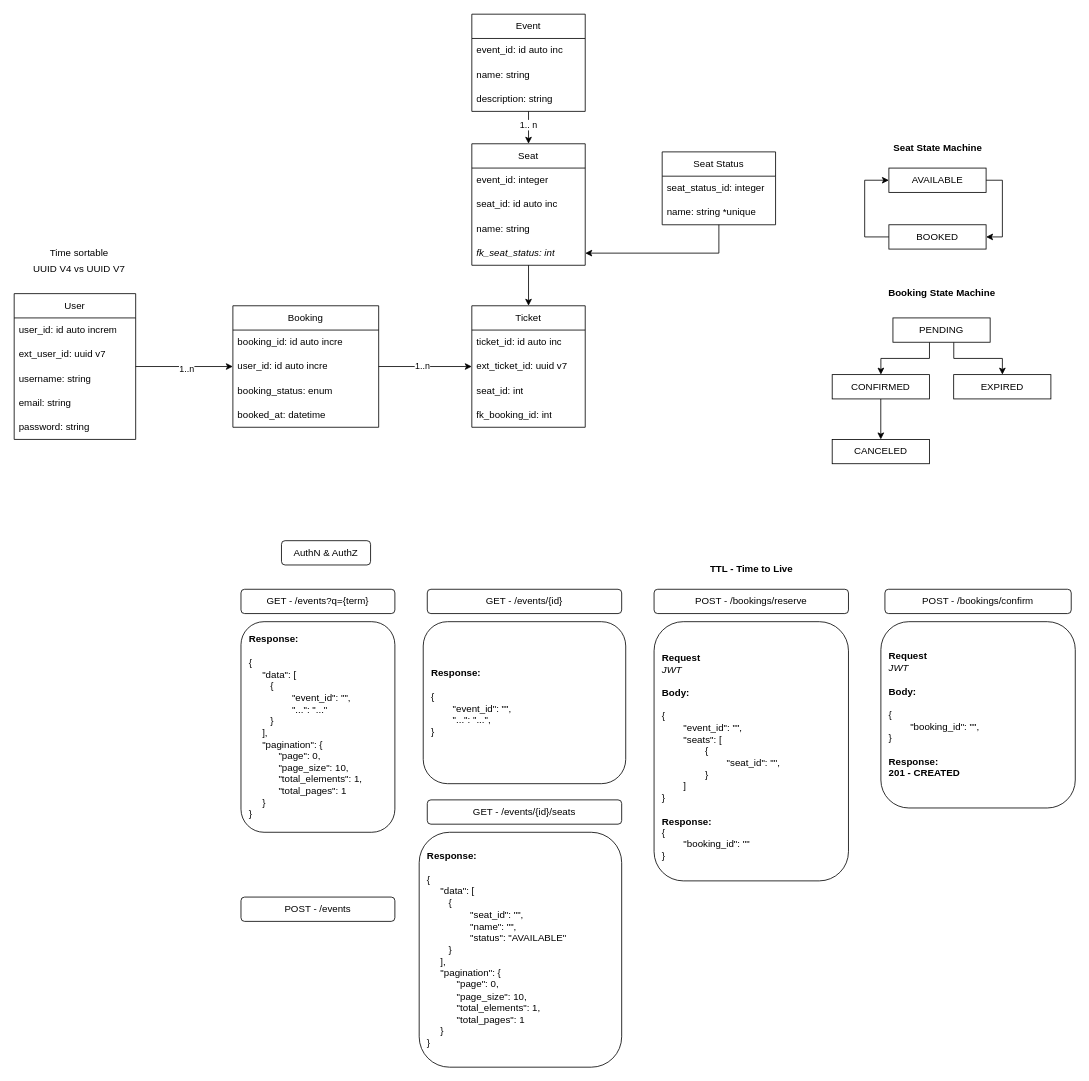
This is page "MER" (1 of 2) of solution.drawio from buildrun-tech/system-design-interview-ticketmasters, a draw.io file, before an edit. Source tidied: cells renumbered, new cells numbered last; positions are measured from the earlier drawing's top-left corner, leaving out a move shared by most shapes. Both pictures are drawn from the tidied source at 81%, with x=0, y=0 at pixel (14, 14).
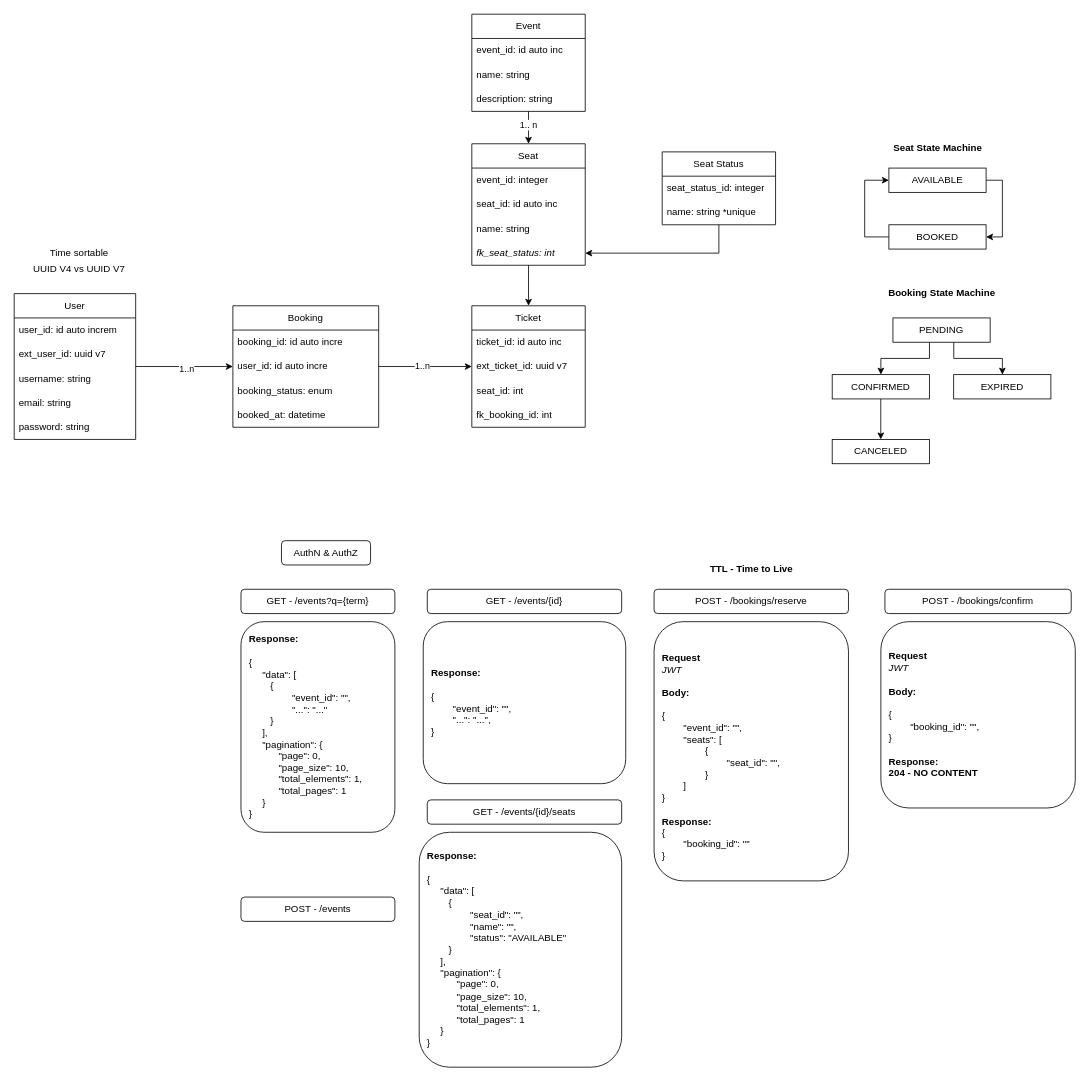
The same page after the edit.

What changed in the source:
```diff
@@
-    <mxCell id="47" value="&lt;div&gt;&lt;b&gt;&lt;br&gt;&lt;/b&gt;&lt;/div&gt;&lt;div&gt;&lt;b&gt;Request&lt;/b&gt;&lt;/div&gt;&lt;div&gt;&lt;i&gt;JWT&lt;br&gt;&lt;/i&gt;&lt;br&gt;&lt;/div&gt;&lt;div&gt;&lt;b&gt;Body:&lt;/b&gt;&lt;/div&gt;&lt;div&gt;&lt;br&gt;&lt;/div&gt;{&lt;div&gt;&lt;span style=&quot;white-space: pre;&quot;&gt;&#9;&lt;/span&gt;&quot;booking_id&quot;: &quot;&quot;,&lt;/div&gt;&lt;div&gt;}&lt;/div&gt;&lt;div&gt;&lt;br&gt;&lt;/div&gt;&lt;div&gt;&lt;b&gt;Response:&lt;br&gt;201 - CREATED&lt;/b&gt;&lt;/div&gt;&lt;div&gt;&lt;b&gt;&lt;br&gt;&lt;/b&gt;&lt;/div&gt;" style="rounded=1;whiteSpace=wrap;html=1;align=left;spacing=10;" parent="1" vertex="1">
+    <mxCell id="47" value="&lt;div&gt;&lt;b&gt;&lt;br&gt;&lt;/b&gt;&lt;/div&gt;&lt;div&gt;&lt;b&gt;Request&lt;/b&gt;&lt;/div&gt;&lt;div&gt;&lt;i&gt;JWT&lt;br&gt;&lt;/i&gt;&lt;br&gt;&lt;/div&gt;&lt;div&gt;&lt;b&gt;Body:&lt;/b&gt;&lt;/div&gt;&lt;div&gt;&lt;br&gt;&lt;/div&gt;{&lt;div&gt;&lt;span style=&quot;white-space: pre;&quot;&gt;&#9;&lt;/span&gt;&quot;booking_id&quot;: &quot;&quot;,&lt;/div&gt;&lt;div&gt;}&lt;/div&gt;&lt;div&gt;&lt;br&gt;&lt;/div&gt;&lt;div&gt;&lt;b&gt;Response:&lt;br&gt;204 - NO CONTENT&lt;/b&gt;&lt;/div&gt;&lt;div&gt;&lt;b&gt;&lt;br&gt;&lt;/b&gt;&lt;/div&gt;" style="rounded=1;whiteSpace=wrap;html=1;align=left;spacing=10;" parent="1" vertex="1">
       <mxGeometry x="1070" y="750" width="240" height="230" as="geometry" />
     </mxCell>
```
